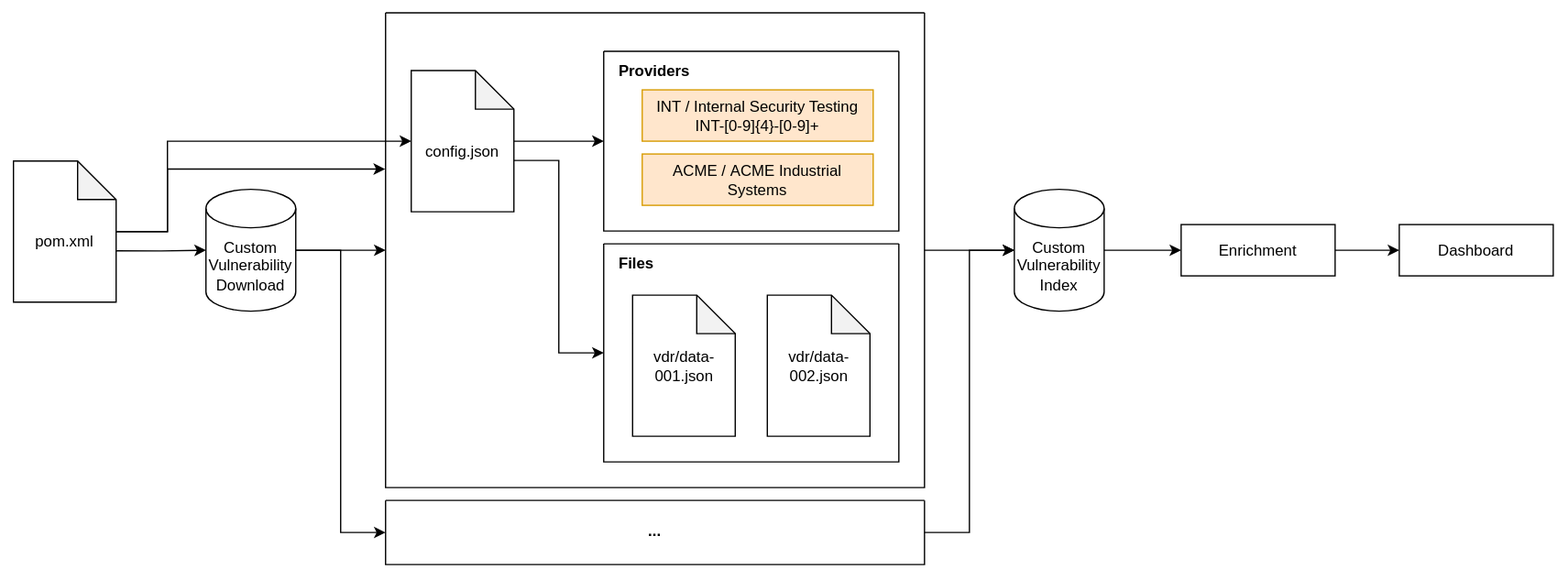
This is metaeffekt-vulnerability-management/data-mirror/data-sources/custom-vuln/process-overview.svg from org-metaeffekt/metaeffekt-documentation, a draw.io export, as it was before one commit. Source tidied: cells renumbered, new cells last; positions are measured from the earlier drawing's top-left corner, leaving out a move shared by most shapes.
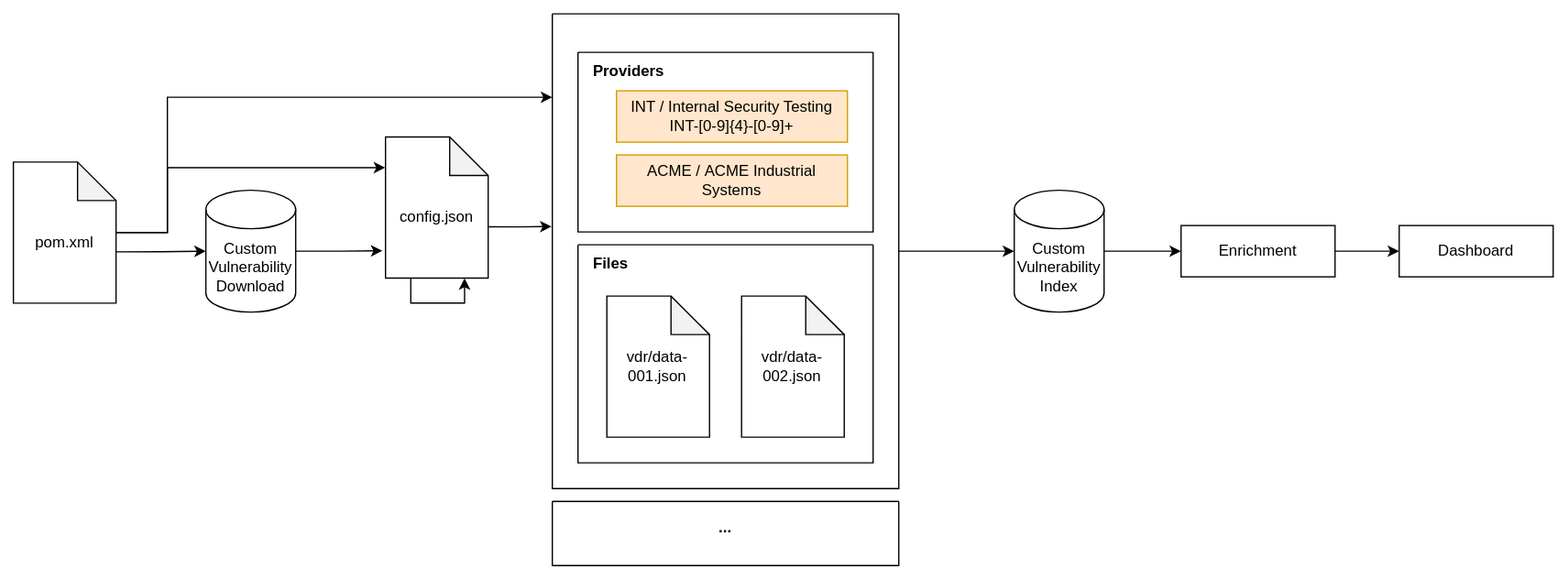
The same file after the commit.

Commit message:
AE-2473: Update custom vulnerabilities documentation

Change to the diagram source:
```diff
@@ -3,19 +3,10 @@
     <mxCell id="0" />
     <mxCell id="1" parent="0" />
     <mxCell id="2" style="swimlane;startSize=0;" parent="1" vertex="1">
-      <mxGeometry x="290" width="420" height="370" as="geometry" />
+      <mxGeometry x="420" width="270" height="370" as="geometry" />
     </mxCell>
-    <mxCell id="3" style="edgeStyle=orthogonalEdgeStyle;rounded=0;jettySize=auto;html=1;entryX=0;entryY=0.5;entryDx=0;entryDy=0;" parent="2" edge="1" source="5" target="6">
-      <mxGeometry relative="1" as="geometry" />
-    </mxCell>
-    <mxCell id="4" style="edgeStyle=orthogonalEdgeStyle;rounded=0;jettySize=auto;html=1;exitX=0;exitY=0;exitDx=80;exitDy=70;exitPerimeter=0;entryX=0;entryY=0.5;entryDx=0;entryDy=0;" parent="2" edge="1" source="5" target="10">
-      <mxGeometry relative="1" as="geometry" />
-    </mxCell>
-    <mxCell id="5" value="&lt;div&gt;&lt;br&gt;&lt;/div&gt;config.json" style="shape=note;whiteSpace=wrap;html=1;backgroundOutline=1;darkOpacity=0.05;" parent="2" vertex="1">
-      <mxGeometry x="20" y="45" width="80" height="110" as="geometry" />
-    </mxCell>
     <mxCell id="6" style="swimlane;startSize=0;" parent="2" vertex="1">
-      <mxGeometry x="170" y="30" width="230" height="140" as="geometry" />
+      <mxGeometry x="20" y="30" width="230" height="140" as="geometry" />
     </mxCell>
     <mxCell id="7" value="INT /&amp;nbsp;Internal Security Testing&lt;br&gt;INT-[0-9]{4}-[0-9]+" style="rounded=0;whiteSpace=wrap;html=1;fillColor=#ffe6cc;strokeColor=#d79b00;" parent="6" vertex="1">
       <mxGeometry x="30" y="30" width="180" height="40" as="geometry" />
@@ -24,10 +15,10 @@
       <mxGeometry x="30" y="80" width="180" height="40" as="geometry" />
     </mxCell>
     <mxCell id="9" value="Providers" style="text;html=1;whiteSpace=wrap;strokeColor=none;fillColor=none;align=left;verticalAlign=middle;rounded=0;fontStyle=1;" parent="2" vertex="1">
-      <mxGeometry x="180" y="30" width="60" height="30" as="geometry" />
+      <mxGeometry x="30" y="30" width="60" height="30" as="geometry" />
     </mxCell>
     <mxCell id="10" style="swimlane;startSize=0;" parent="2" vertex="1">
-      <mxGeometry x="170" y="180" width="230" height="170" as="geometry" />
+      <mxGeometry x="20" y="180" width="230" height="170" as="geometry" />
     </mxCell>
     <mxCell id="11" value="vdr/data-001.json" style="shape=note;whiteSpace=wrap;html=1;backgroundOutline=1;darkOpacity=0.05;" parent="10" vertex="1">
       <mxGeometry x="22.5" y="40" width="80" height="110" as="geometry" />
@@ -36,7 +27,7 @@
       <mxGeometry x="127.5" y="40" width="80" height="110" as="geometry" />
     </mxCell>
     <mxCell id="13" value="Files" style="text;html=1;whiteSpace=wrap;strokeColor=none;fillColor=none;align=left;verticalAlign=middle;rounded=0;fontStyle=1;" parent="2" vertex="1">
-      <mxGeometry x="180" y="180" width="60" height="30" as="geometry" />
+      <mxGeometry x="30" y="180" width="60" height="30" as="geometry" />
     </mxCell>
     <mxCell id="14" style="edgeStyle=orthogonalEdgeStyle;rounded=0;jettySize=auto;html=1;exitX=1;exitY=0.5;exitDx=0;exitDy=0;exitPerimeter=0;entryX=0;entryY=0.5;entryDx=0;entryDy=0;" parent="1" edge="1" source="15" target="17">
       <mxGeometry relative="1" as="geometry" />
@@ -53,20 +44,17 @@
     <mxCell id="18" value="Dashboard" style="rounded=0;whiteSpace=wrap;html=1;" parent="1" vertex="1">
       <mxGeometry x="1080" y="165" width="120" height="40" as="geometry" />
     </mxCell>
-    <mxCell id="19" style="edgeStyle=orthogonalEdgeStyle;rounded=0;jettySize=auto;html=1;entryX=0;entryY=0.5;entryDx=0;entryDy=0;" parent="1" edge="1" source="21" target="2">
+    <mxCell id="19" style="edgeStyle=orthogonalEdgeStyle;rounded=0;jettySize=auto;html=1;entryX=-0.03;entryY=0.806;entryDx=0;entryDy=0;entryPerimeter=0;" parent="1" edge="1" source="21" target="5">
       <mxGeometry relative="1" as="geometry" />
     </mxCell>
-    <mxCell id="20" style="edgeStyle=orthogonalEdgeStyle;rounded=0;jettySize=auto;html=1;exitX=1;exitY=0.5;exitDx=0;exitDy=0;exitPerimeter=0;entryX=0;entryY=0.5;entryDx=0;entryDy=0;" parent="1" edge="1" source="21" target="22">
-      <mxGeometry relative="1" as="geometry" />
-    </mxCell>
     <mxCell id="21" value="Custom Vulnerability Download" style="shape=cylinder3;whiteSpace=wrap;html=1;boundedLbl=1;backgroundOutline=1;size=15;" parent="1" vertex="1">
       <mxGeometry x="150" y="137.5" width="70" height="95" as="geometry" />
     </mxCell>
     <mxCell id="22" style="swimlane;startSize=0;" parent="1" vertex="1">
-      <mxGeometry x="290" y="380" width="420" height="50" as="geometry" />
+      <mxGeometry x="420" y="380" width="270" height="50" as="geometry" />
     </mxCell>
     <mxCell id="23" value="..." style="text;html=1;whiteSpace=wrap;strokeColor=none;fillColor=none;align=center;verticalAlign=top;rounded=0;fontStyle=1;" parent="22" vertex="1">
-      <mxGeometry x="180" y="10" width="60" height="30" as="geometry" />
+      <mxGeometry x="105" y="7" width="60" height="30" as="geometry" />
     </mxCell>
     <mxCell id="24" value="&lt;div&gt;&lt;br&gt;&lt;/div&gt;pom.xml" style="shape=note;whiteSpace=wrap;html=1;backgroundOutline=1;darkOpacity=0.05;" parent="1" vertex="1">
       <mxGeometry y="115.5" width="80" height="110" as="geometry" />
@@ -74,27 +62,39 @@
     <mxCell id="25" style="edgeStyle=orthogonalEdgeStyle;rounded=0;jettySize=auto;html=1;exitX=0;exitY=0;exitDx=80;exitDy=70;exitPerimeter=0;entryX=0;entryY=0.5;entryDx=0;entryDy=0;entryPerimeter=0;" parent="1" edge="1" source="24" target="21">
       <mxGeometry relative="1" as="geometry" />
     </mxCell>
-    <mxCell id="26" style="edgeStyle=orthogonalEdgeStyle;rounded=0;jettySize=auto;html=1;entryX=0;entryY=0.5;entryDx=0;entryDy=0;entryPerimeter=0;" parent="1" edge="1" source="24" target="5">
+    <mxCell id="26" style="edgeStyle=orthogonalEdgeStyle;rounded=0;jettySize=auto;html=1;entryX=-0.003;entryY=0.217;entryDx=0;entryDy=0;entryPerimeter=0;" parent="1" edge="1" source="24" target="5">
       <mxGeometry relative="1" as="geometry">
         <Array as="points">
           <mxPoint x="120" y="170.5" />
-          <mxPoint x="120" y="100" />
+          <mxPoint x="120" y="119.9" />
         </Array>
       </mxGeometry>
     </mxCell>
     <mxCell id="27" style="edgeStyle=orthogonalEdgeStyle;rounded=0;jettySize=auto;html=1;exitX=1;exitY=0.5;exitDx=0;exitDy=0;entryX=0;entryY=0.5;entryDx=0;entryDy=0;entryPerimeter=0;" parent="1" edge="1" source="2" target="15">
       <mxGeometry relative="1" as="geometry" />
     </mxCell>
-    <mxCell id="28" style="edgeStyle=orthogonalEdgeStyle;rounded=0;jettySize=auto;html=1;entryX=0;entryY=0.5;entryDx=0;entryDy=0;entryPerimeter=0;" parent="1" edge="1" source="22" target="15">
-      <mxGeometry relative="1" as="geometry" />
-    </mxCell>
-    <mxCell id="29" style="edgeStyle=orthogonalEdgeStyle;rounded=0;jettySize=auto;html=1;entryX=-0.001;entryY=0.329;entryDx=0;entryDy=0;entryPerimeter=0;" parent="1" edge="1" source="24" target="2">
+    <mxCell id="29" style="edgeStyle=orthogonalEdgeStyle;rounded=0;jettySize=auto;html=1;" parent="1" edge="1" source="24">
       <mxGeometry relative="1" as="geometry">
+        <mxPoint x="420" y="65" as="targetPoint" />
         <Array as="points">
           <mxPoint x="120" y="170.5" />
-          <mxPoint x="120" y="121.7" />
+          <mxPoint x="120" y="65" />
         </Array>
       </mxGeometry>
     </mxCell>
+    <mxCell id="5" value="&lt;div&gt;&lt;br&gt;&lt;/div&gt;config.json" style="shape=note;whiteSpace=wrap;html=1;backgroundOutline=1;darkOpacity=0.05;" parent="1" vertex="1">
+      <mxGeometry x="290" y="96" width="80" height="110" as="geometry" />
+    </mxCell>
+    <mxCell id="30" style="edgeStyle=orthogonalEdgeStyle;rounded=0;orthogonalLoop=1;jettySize=auto;html=1;innerLoopWaypoints=1;exitX=0.246;exitY=0.997;exitDx=0;exitDy=0;exitPerimeter=0;entryX=0.77;entryY=1.001;entryDx=0;entryDy=0;entryPerimeter=0;" parent="1" edge="1" source="5" target="5">
+      <mxGeometry relative="1" as="geometry">
+        <Array as="points">
+          <mxPoint x="309.7" y="225.5" />
+          <mxPoint x="351.6" y="225.5" />
+        </Array>
+      </mxGeometry>
+    </mxCell>
+    <mxCell id="31" style="edgeStyle=orthogonalEdgeStyle;rounded=0;jettySize=auto;html=1;exitX=0;exitY=0;exitDx=80;exitDy=70;exitPerimeter=0;entryX=-0.002;entryY=0.448;entryDx=0;entryDy=0;entryPerimeter=0;" parent="1" edge="1" source="5" target="2">
+      <mxGeometry relative="1" as="geometry" />
+    </mxCell>
   </root>
 </mxGraphModel>
```
